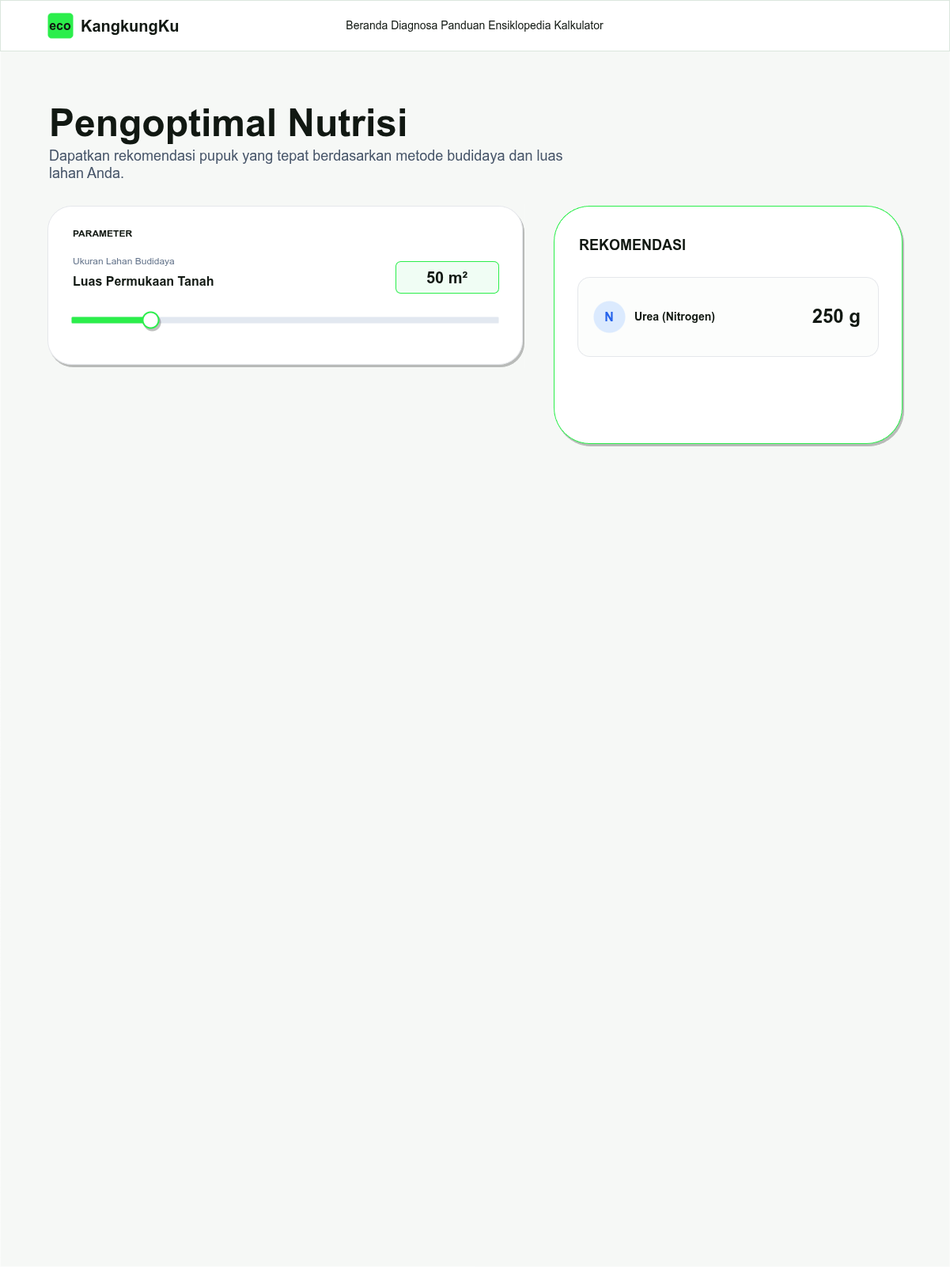
Before: diagram/desain/kalkulator.png, a diagram exported from draw.io (RajaSunrise/kangkungku). Source tidied: cells renumbered, new cells last; positions are measured from the earlier drawing's top-left corner, leaving out a move shared by most shapes. Its diagram source:
```xml
<mxGraphModel>
  <root>
    <mxCell id="0" />
    <mxCell id="1" parent="0" />
    <mxCell id="2" style="rounded=0;whiteSpace=wrap;html=1;fillColor=#f6f8f6;strokeColor=none;" parent="1" vertex="1">
      <mxGeometry width="1200" height="1600" as="geometry" />
    </mxCell>
    <mxCell id="3" style="rounded=0;whiteSpace=wrap;html=1;fillColor=#FFFFFF;strokeColor=#dbe6dd;strokeWidth=1;" parent="1" vertex="1">
      <mxGeometry width="1200" height="64" as="geometry" />
    </mxCell>
    <mxCell id="4" style="rounded=1;whiteSpace=wrap;html=1;fillColor=#2bee4b;strokeColor=none;" parent="1" vertex="1">
      <mxGeometry x="60" y="16" width="32" height="32" as="geometry" />
    </mxCell>
    <mxCell id="5" value="eco" style="text;html=1;strokeColor=none;fillColor=none;align=center;verticalAlign=middle;whiteSpace=wrap;rounded=0;fontColor=#111812;fontSize=16;fontStyle=1;" parent="1" vertex="1">
      <mxGeometry x="60" y="16" width="32" height="32" as="geometry" />
    </mxCell>
    <mxCell id="6" value="KangkungKu" style="text;html=1;strokeColor=none;fillColor=none;align=left;verticalAlign=middle;whiteSpace=wrap;rounded=0;fontColor=#111812;fontSize=20;fontStyle=1;" parent="1" vertex="1">
      <mxGeometry x="100" y="12" width="150" height="40" as="geometry" />
    </mxCell>
    <mxCell id="7" value="Beranda    Diagnosa    Panduan    Ensiklopedia    Kalkulator" style="text;html=1;strokeColor=none;fillColor=none;align=center;verticalAlign=middle;whiteSpace=wrap;rounded=0;fontColor=#111812;fontSize=14;fontStyle=0;" parent="1" vertex="1">
      <mxGeometry x="350" y="12" width="500" height="40" as="geometry" />
    </mxCell>
    <mxCell id="8" value="Pengoptimal Nutrisi" style="text;html=1;strokeColor=none;fillColor=none;align=left;verticalAlign=top;whiteSpace=wrap;rounded=0;fontColor=#111812;fontSize=48;fontStyle=1;" parent="1" vertex="1">
      <mxGeometry x="60" y="120" width="800" height="60" as="geometry" />
    </mxCell>
    <mxCell id="9" value="Dapatkan rekomendasi pupuk yang tepat berdasarkan metode budidaya dan luas lahan Anda." style="text;html=1;strokeColor=none;fillColor=none;align=left;verticalAlign=top;whiteSpace=wrap;rounded=0;fontColor=#475569;fontSize=18;lineHeight=1.5;" parent="1" vertex="1">
      <mxGeometry x="60" y="180" width="700" height="40" as="geometry" />
    </mxCell>
    <mxCell id="10" style="rounded=1;whiteSpace=wrap;html=1;fillColor=#FFFFFF;strokeColor=#E5E7EB;shadow=1;" parent="1" vertex="1">
      <mxGeometry x="60" y="260" width="600" height="200" as="geometry" />
    </mxCell>
    <mxCell id="11" value="PARAMETER" style="text;html=1;strokeColor=none;fillColor=none;align=left;verticalAlign=middle;whiteSpace=wrap;rounded=0;fontColor=#111812;fontSize=12;fontStyle=1;letterSpacing=0.1em;" parent="1" vertex="1">
      <mxGeometry x="90" y="280" width="200" height="30" as="geometry" />
    </mxCell>
    <mxCell id="12" value="Ukuran Lahan Budidaya" style="text;html=1;strokeColor=none;fillColor=none;align=left;verticalAlign=middle;whiteSpace=wrap;rounded=0;fontColor=#64748B;fontSize=12;" parent="1" vertex="1">
      <mxGeometry x="90" y="320" width="200" height="20" as="geometry" />
    </mxCell>
    <mxCell id="13" value="Luas Permukaan Tanah" style="text;html=1;strokeColor=none;fillColor=none;align=left;verticalAlign=middle;whiteSpace=wrap;rounded=0;fontColor=#111812;fontSize=16;fontStyle=1;" parent="1" vertex="1">
      <mxGeometry x="90" y="340" width="300" height="30" as="geometry" />
    </mxCell>
    <mxCell id="14" style="rounded=1;whiteSpace=wrap;html=1;fillColor=#f0fdf4;strokeColor=#2bee4b;strokeWidth=1;" parent="1" vertex="1">
      <mxGeometry x="500" y="330" width="130" height="40" as="geometry" />
    </mxCell>
    <mxCell id="15" value="50 m²" style="text;html=1;strokeColor=none;fillColor=none;align=center;verticalAlign=middle;whiteSpace=wrap;rounded=0;fontColor=#111812;fontSize=20;fontStyle=1;" parent="1" vertex="1">
      <mxGeometry x="500" y="330" width="130" height="40" as="geometry" />
    </mxCell>
    <mxCell id="16" style="rounded=1;whiteSpace=wrap;html=1;fillColor=#e2e8f0;strokeColor=none;" parent="1" vertex="1">
      <mxGeometry x="90" y="400" width="540" height="8" as="geometry" />
    </mxCell>
    <mxCell id="17" style="rounded=1;whiteSpace=wrap;html=1;fillColor=#2bee4b;strokeColor=none;" parent="1" vertex="1">
      <mxGeometry x="90" y="400" width="100" height="8" as="geometry" />
    </mxCell>
    <mxCell id="18" style="ellipse;whiteSpace=wrap;html=1;fillColor=#FFFFFF;strokeColor=#2bee4b;strokeWidth=2;shadow=1;" parent="1" vertex="1">
      <mxGeometry x="180" y="394" width="20" height="20" as="geometry" />
    </mxCell>
    <mxCell id="19" style="rounded=1;whiteSpace=wrap;html=1;fillColor=#FFFFFF;strokeColor=#2bee4b;strokeWidth=1;shadow=1;" parent="1" vertex="1">
      <mxGeometry x="700" y="260" width="440" height="300" as="geometry" />
    </mxCell>
    <mxCell id="20" style="rounded=0;whiteSpace=wrap;html=1;fillColor=none;strokeColor=none;gradientColor=#2bee4b;gradientDirection=east;" parent="1" vertex="1">
      <mxGeometry x="700" y="260" width="440" height="4" as="geometry" />
    </mxCell>
    <mxCell id="21" value="REKOMENDASI" style="text;html=1;strokeColor=none;fillColor=none;align=left;verticalAlign=middle;whiteSpace=wrap;rounded=0;fontColor=#111812;fontSize=18;fontStyle=1;letterSpacing=0.05em;" parent="1" vertex="1">
      <mxGeometry x="730" y="290" width="200" height="40" as="geometry" />
    </mxCell>
    <mxCell id="22" style="rounded=1;whiteSpace=wrap;html=1;fillColor=#fcfdfc;strokeColor=#E5E7EB;strokeDashArray=4 4;" parent="1" vertex="1">
      <mxGeometry x="730" y="350" width="380" height="100" as="geometry" />
    </mxCell>
    <mxCell id="23" value="N" style="ellipse;whiteSpace=wrap;html=1;fillColor=#dbeafe;strokeColor=none;fontColor=#2563eb;fontStyle=1;fontSize=16;" parent="1" vertex="1">
      <mxGeometry x="750" y="380" width="40" height="40" as="geometry" />
    </mxCell>
    <mxCell id="24" value="Urea (Nitrogen)" style="text;html=1;strokeColor=none;fillColor=none;align=left;verticalAlign=middle;whiteSpace=wrap;rounded=0;fontColor=#111812;fontSize=14;fontStyle=1;" parent="1" vertex="1">
      <mxGeometry x="800" y="380" width="150" height="40" as="geometry" />
    </mxCell>
    <mxCell id="25" value="250 g" style="text;html=1;strokeColor=none;fillColor=none;align=right;verticalAlign=middle;whiteSpace=wrap;rounded=0;fontColor=#111812;fontSize=24;fontStyle=1;" parent="1" vertex="1">
      <mxGeometry x="980" y="380" width="110" height="40" as="geometry" />
    </mxCell>
  </root>
</mxGraphModel>
```
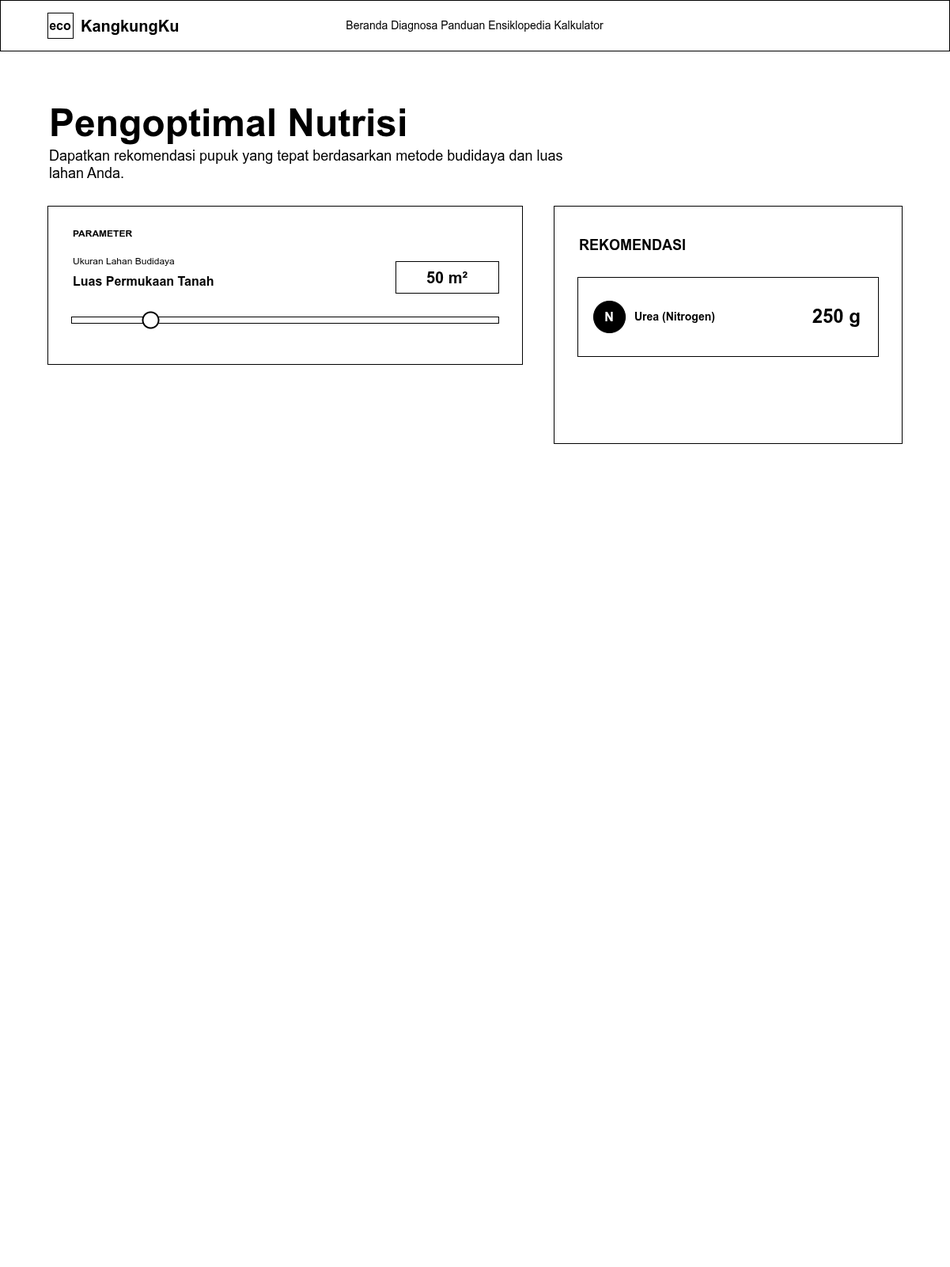
The same diagram one commit later.

What changed in the source:
```diff
@@ -2,76 +2,76 @@
   <root>
     <mxCell id="0" />
     <mxCell id="1" parent="0" />
-    <mxCell id="2" style="rounded=0;whiteSpace=wrap;html=1;fillColor=#f6f8f6;strokeColor=none;" parent="1" vertex="1">
+    <mxCell id="2" style="rounded=0;whiteSpace=wrap;html=1;fillColor=#FFFFFF;strokeColor=none;" parent="1" vertex="1">
       <mxGeometry width="1200" height="1600" as="geometry" />
     </mxCell>
-    <mxCell id="3" style="rounded=0;whiteSpace=wrap;html=1;fillColor=#FFFFFF;strokeColor=#dbe6dd;strokeWidth=1;" parent="1" vertex="1">
+    <mxCell id="3" style="rounded=0;whiteSpace=wrap;html=1;fillColor=#FFFFFF;strokeColor=#000000;strokeWidth=1;" parent="1" vertex="1">
       <mxGeometry width="1200" height="64" as="geometry" />
     </mxCell>
-    <mxCell id="4" style="rounded=1;whiteSpace=wrap;html=1;fillColor=#2bee4b;strokeColor=none;" parent="1" vertex="1">
+    <mxCell id="4" style="rounded=0;whiteSpace=wrap;html=1;fillColor=#FFFFFF;strokeColor=#000000;" parent="1" vertex="1">
       <mxGeometry x="60" y="16" width="32" height="32" as="geometry" />
     </mxCell>
-    <mxCell id="5" value="eco" style="text;html=1;strokeColor=none;fillColor=none;align=center;verticalAlign=middle;whiteSpace=wrap;rounded=0;fontColor=#111812;fontSize=16;fontStyle=1;" parent="1" vertex="1">
+    <mxCell id="5" value="eco" style="text;html=1;strokeColor=none;fillColor=none;align=center;verticalAlign=middle;whiteSpace=wrap;rounded=0;fontColor=#000000;fontSize=16;fontStyle=1;" parent="1" vertex="1">
       <mxGeometry x="60" y="16" width="32" height="32" as="geometry" />
     </mxCell>
-    <mxCell id="6" value="KangkungKu" style="text;html=1;strokeColor=none;fillColor=none;align=left;verticalAlign=middle;whiteSpace=wrap;rounded=0;fontColor=#111812;fontSize=20;fontStyle=1;" parent="1" vertex="1">
+    <mxCell id="6" value="KangkungKu" style="text;html=1;strokeColor=none;fillColor=none;align=left;verticalAlign=middle;whiteSpace=wrap;rounded=0;fontColor=#000000;fontSize=20;fontStyle=1;" parent="1" vertex="1">
       <mxGeometry x="100" y="12" width="150" height="40" as="geometry" />
     </mxCell>
-    <mxCell id="7" value="Beranda    Diagnosa    Panduan    Ensiklopedia    Kalkulator" style="text;html=1;strokeColor=none;fillColor=none;align=center;verticalAlign=middle;whiteSpace=wrap;rounded=0;fontColor=#111812;fontSize=14;fontStyle=0;" parent="1" vertex="1">
+    <mxCell id="7" value="Beranda    Diagnosa    Panduan    Ensiklopedia    Kalkulator" style="text;html=1;strokeColor=none;fillColor=none;align=center;verticalAlign=middle;whiteSpace=wrap;rounded=0;fontColor=#000000;fontSize=14;fontStyle=0;" parent="1" vertex="1">
       <mxGeometry x="350" y="12" width="500" height="40" as="geometry" />
     </mxCell>
-    <mxCell id="8" value="Pengoptimal Nutrisi" style="text;html=1;strokeColor=none;fillColor=none;align=left;verticalAlign=top;whiteSpace=wrap;rounded=0;fontColor=#111812;fontSize=48;fontStyle=1;" parent="1" vertex="1">
+    <mxCell id="8" value="Pengoptimal Nutrisi" style="text;html=1;strokeColor=none;fillColor=none;align=left;verticalAlign=top;whiteSpace=wrap;rounded=0;fontColor=#000000;fontSize=48;fontStyle=1;" parent="1" vertex="1">
       <mxGeometry x="60" y="120" width="800" height="60" as="geometry" />
     </mxCell>
-    <mxCell id="9" value="Dapatkan rekomendasi pupuk yang tepat berdasarkan metode budidaya dan luas lahan Anda." style="text;html=1;strokeColor=none;fillColor=none;align=left;verticalAlign=top;whiteSpace=wrap;rounded=0;fontColor=#475569;fontSize=18;lineHeight=1.5;" parent="1" vertex="1">
+    <mxCell id="9" value="Dapatkan rekomendasi pupuk yang tepat berdasarkan metode budidaya dan luas lahan Anda." style="text;html=1;strokeColor=none;fillColor=none;align=left;verticalAlign=top;whiteSpace=wrap;rounded=0;fontColor=#000000;fontSize=18;lineHeight=1.5;" parent="1" vertex="1">
       <mxGeometry x="60" y="180" width="700" height="40" as="geometry" />
     </mxCell>
-    <mxCell id="10" style="rounded=1;whiteSpace=wrap;html=1;fillColor=#FFFFFF;strokeColor=#E5E7EB;shadow=1;" parent="1" vertex="1">
+    <mxCell id="10" style="rounded=0;whiteSpace=wrap;html=1;fillColor=#FFFFFF;strokeColor=#000000;" parent="1" vertex="1">
       <mxGeometry x="60" y="260" width="600" height="200" as="geometry" />
     </mxCell>
-    <mxCell id="11" value="PARAMETER" style="text;html=1;strokeColor=none;fillColor=none;align=left;verticalAlign=middle;whiteSpace=wrap;rounded=0;fontColor=#111812;fontSize=12;fontStyle=1;letterSpacing=0.1em;" parent="1" vertex="1">
+    <mxCell id="11" value="PARAMETER" style="text;html=1;strokeColor=none;fillColor=none;align=left;verticalAlign=middle;whiteSpace=wrap;rounded=0;fontColor=#000000;fontSize=12;fontStyle=1;letterSpacing=0.1em;" parent="1" vertex="1">
       <mxGeometry x="90" y="280" width="200" height="30" as="geometry" />
     </mxCell>
-    <mxCell id="12" value="Ukuran Lahan Budidaya" style="text;html=1;strokeColor=none;fillColor=none;align=left;verticalAlign=middle;whiteSpace=wrap;rounded=0;fontColor=#64748B;fontSize=12;" parent="1" vertex="1">
+    <mxCell id="12" value="Ukuran Lahan Budidaya" style="text;html=1;strokeColor=none;fillColor=none;align=left;verticalAlign=middle;whiteSpace=wrap;rounded=0;fontColor=#000000;fontSize=12;" parent="1" vertex="1">
       <mxGeometry x="90" y="320" width="200" height="20" as="geometry" />
     </mxCell>
-    <mxCell id="13" value="Luas Permukaan Tanah" style="text;html=1;strokeColor=none;fillColor=none;align=left;verticalAlign=middle;whiteSpace=wrap;rounded=0;fontColor=#111812;fontSize=16;fontStyle=1;" parent="1" vertex="1">
+    <mxCell id="13" value="Luas Permukaan Tanah" style="text;html=1;strokeColor=none;fillColor=none;align=left;verticalAlign=middle;whiteSpace=wrap;rounded=0;fontColor=#000000;fontSize=16;fontStyle=1;" parent="1" vertex="1">
       <mxGeometry x="90" y="340" width="300" height="30" as="geometry" />
     </mxCell>
-    <mxCell id="14" style="rounded=1;whiteSpace=wrap;html=1;fillColor=#f0fdf4;strokeColor=#2bee4b;strokeWidth=1;" parent="1" vertex="1">
+    <mxCell id="14" style="rounded=0;whiteSpace=wrap;html=1;fillColor=#FFFFFF;strokeColor=#000000;strokeWidth=1;" parent="1" vertex="1">
       <mxGeometry x="500" y="330" width="130" height="40" as="geometry" />
     </mxCell>
-    <mxCell id="15" value="50 m²" style="text;html=1;strokeColor=none;fillColor=none;align=center;verticalAlign=middle;whiteSpace=wrap;rounded=0;fontColor=#111812;fontSize=20;fontStyle=1;" parent="1" vertex="1">
+    <mxCell id="15" value="50 m²" style="text;html=1;strokeColor=none;fillColor=none;align=center;verticalAlign=middle;whiteSpace=wrap;rounded=0;fontColor=#000000;fontSize=20;fontStyle=1;" parent="1" vertex="1">
       <mxGeometry x="500" y="330" width="130" height="40" as="geometry" />
     </mxCell>
-    <mxCell id="16" style="rounded=1;whiteSpace=wrap;html=1;fillColor=#e2e8f0;strokeColor=none;" parent="1" vertex="1">
+    <mxCell id="16" style="rounded=0;whiteSpace=wrap;html=1;fillColor=#FFFFFF;strokeColor=#000000;" parent="1" vertex="1">
       <mxGeometry x="90" y="400" width="540" height="8" as="geometry" />
     </mxCell>
-    <mxCell id="17" style="rounded=1;whiteSpace=wrap;html=1;fillColor=#2bee4b;strokeColor=none;" parent="1" vertex="1">
+    <mxCell id="17" style="rounded=0;whiteSpace=wrap;html=1;fillColor=#FFFFFF;strokeColor=#000000;" parent="1" vertex="1">
       <mxGeometry x="90" y="400" width="100" height="8" as="geometry" />
     </mxCell>
-    <mxCell id="18" style="ellipse;whiteSpace=wrap;html=1;fillColor=#FFFFFF;strokeColor=#2bee4b;strokeWidth=2;shadow=1;" parent="1" vertex="1">
+    <mxCell id="18" style="ellipse;whiteSpace=wrap;html=1;fillColor=#FFFFFF;strokeColor=#000000;strokeWidth=2;" parent="1" vertex="1">
       <mxGeometry x="180" y="394" width="20" height="20" as="geometry" />
     </mxCell>
-    <mxCell id="19" style="rounded=1;whiteSpace=wrap;html=1;fillColor=#FFFFFF;strokeColor=#2bee4b;strokeWidth=1;shadow=1;" parent="1" vertex="1">
+    <mxCell id="19" style="rounded=0;whiteSpace=wrap;html=1;fillColor=#FFFFFF;strokeColor=#000000;strokeWidth=1;" parent="1" vertex="1">
       <mxGeometry x="700" y="260" width="440" height="300" as="geometry" />
     </mxCell>
-    <mxCell id="20" style="rounded=0;whiteSpace=wrap;html=1;fillColor=none;strokeColor=none;gradientColor=#2bee4b;gradientDirection=east;" parent="1" vertex="1">
+    <mxCell id="20" style="rounded=0;whiteSpace=wrap;html=1;fillColor=none;strokeColor=none;gradientColor=#A1A1A1;gradientDirection=east;fontColor=#000000;" parent="1" vertex="1">
       <mxGeometry x="700" y="260" width="440" height="4" as="geometry" />
     </mxCell>
-    <mxCell id="21" value="REKOMENDASI" style="text;html=1;strokeColor=none;fillColor=none;align=left;verticalAlign=middle;whiteSpace=wrap;rounded=0;fontColor=#111812;fontSize=18;fontStyle=1;letterSpacing=0.05em;" parent="1" vertex="1">
+    <mxCell id="21" value="REKOMENDASI" style="text;html=1;strokeColor=none;fillColor=none;align=left;verticalAlign=middle;whiteSpace=wrap;rounded=0;fontColor=#000000;fontSize=18;fontStyle=1;letterSpacing=0.05em;" parent="1" vertex="1">
       <mxGeometry x="730" y="290" width="200" height="40" as="geometry" />
     </mxCell>
-    <mxCell id="22" style="rounded=1;whiteSpace=wrap;html=1;fillColor=#fcfdfc;strokeColor=#E5E7EB;strokeDashArray=4 4;" parent="1" vertex="1">
+    <mxCell id="22" style="rounded=0;whiteSpace=wrap;html=1;fillColor=#FFFFFF;strokeColor=#000000;strokeDashArray=4 4;" parent="1" vertex="1">
       <mxGeometry x="730" y="350" width="380" height="100" as="geometry" />
     </mxCell>
-    <mxCell id="23" value="N" style="ellipse;whiteSpace=wrap;html=1;fillColor=#dbeafe;strokeColor=none;fontColor=#2563eb;fontStyle=1;fontSize=16;" parent="1" vertex="1">
+    <mxCell id="23" value="N" style="ellipse;whiteSpace=wrap;html=1;fillColor=#000000;strokeColor=#000000;fontColor=#FFFFFF;fontStyle=1;fontSize=16;" parent="1" vertex="1">
       <mxGeometry x="750" y="380" width="40" height="40" as="geometry" />
     </mxCell>
-    <mxCell id="24" value="Urea (Nitrogen)" style="text;html=1;strokeColor=none;fillColor=none;align=left;verticalAlign=middle;whiteSpace=wrap;rounded=0;fontColor=#111812;fontSize=14;fontStyle=1;" parent="1" vertex="1">
+    <mxCell id="24" value="Urea (Nitrogen)" style="text;html=1;strokeColor=none;fillColor=none;align=left;verticalAlign=middle;whiteSpace=wrap;rounded=0;fontColor=#000000;fontSize=14;fontStyle=1;" parent="1" vertex="1">
       <mxGeometry x="800" y="380" width="150" height="40" as="geometry" />
     </mxCell>
-    <mxCell id="25" value="250 g" style="text;html=1;strokeColor=none;fillColor=none;align=right;verticalAlign=middle;whiteSpace=wrap;rounded=0;fontColor=#111812;fontSize=24;fontStyle=1;" parent="1" vertex="1">
+    <mxCell id="25" value="250 g" style="text;html=1;strokeColor=none;fillColor=none;align=right;verticalAlign=middle;whiteSpace=wrap;rounded=0;fontColor=#000000;fontSize=24;fontStyle=1;" parent="1" vertex="1">
       <mxGeometry x="980" y="380" width="110" height="40" as="geometry" />
     </mxCell>
   </root>
```
